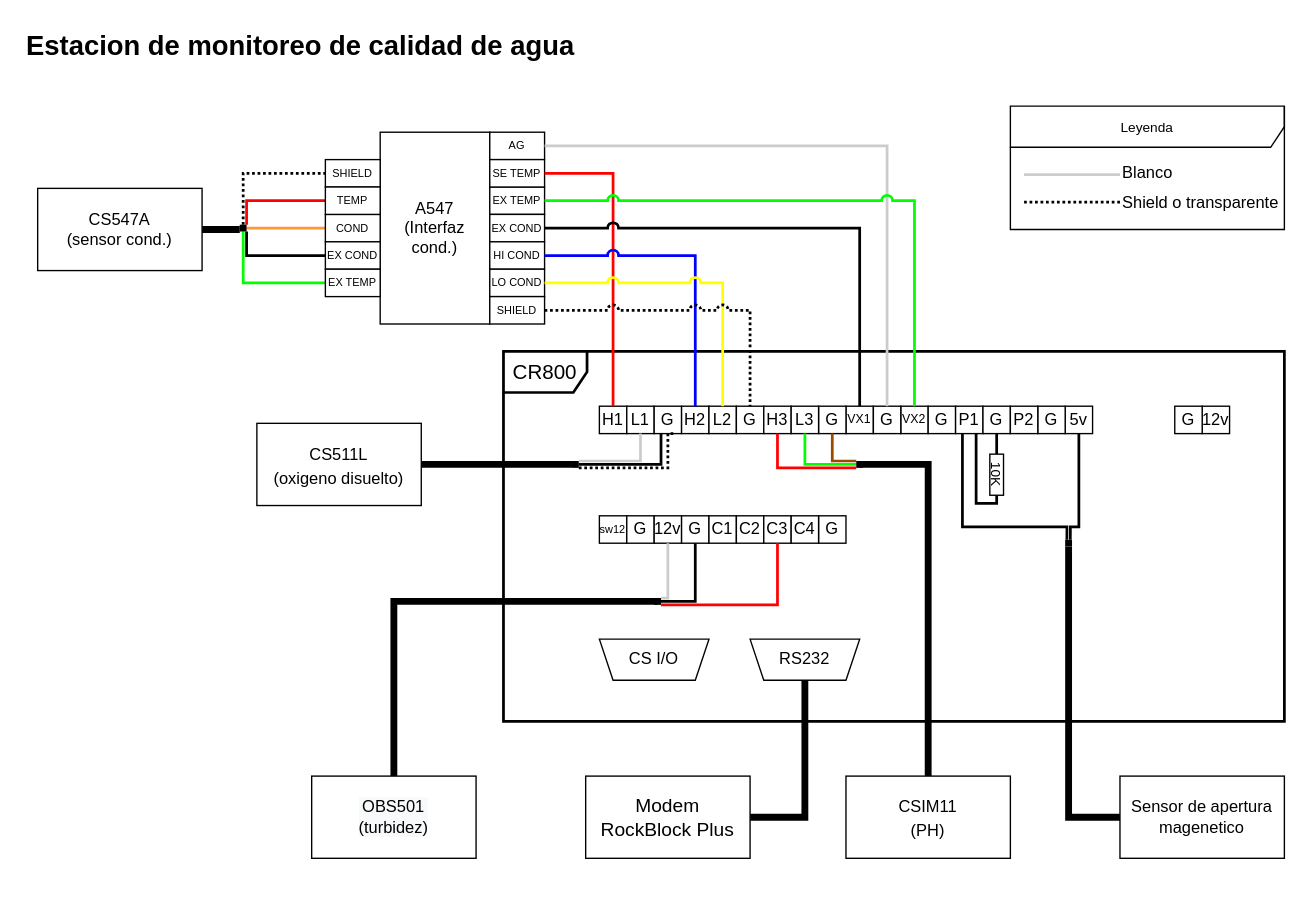
The draw.io diagram docs/Diagramas/Diagrama de conexiones.drawio in AgustinAllegui/Estacion-calidad-agua, before the edit. Source tidied: cells renumbered, new cells numbered last; positions are measured from the earlier drawing's top-left corner, leaving out a move shared by most shapes. Both pictures are drawn from the tidied source at 137%, with x=0, y=0 at pixel (23, 23).
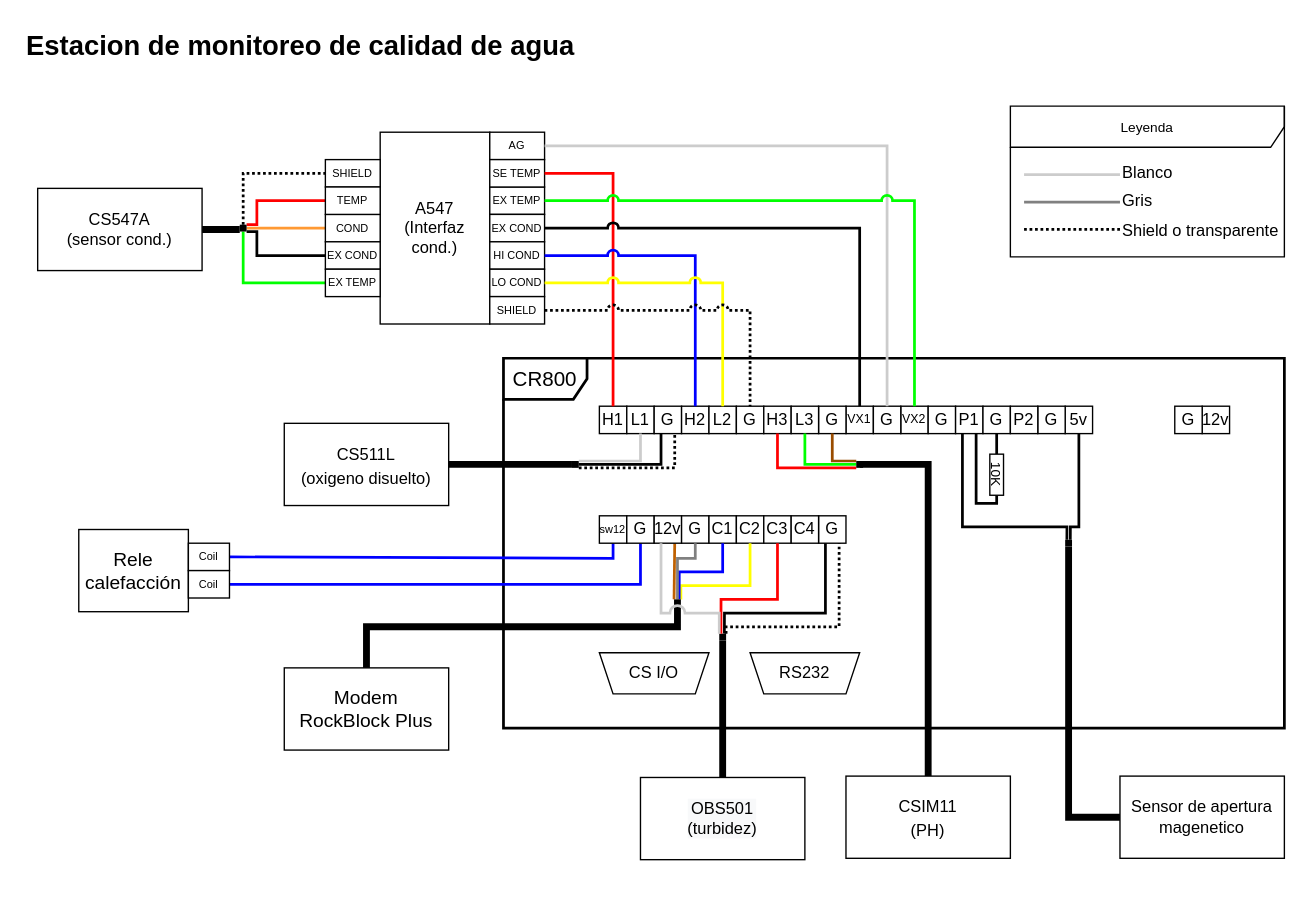
The same diagram, later.

The change refers to these unchanged cells:
```xml
<mxCell id="5" value="G" style="rounded=0;whiteSpace=wrap;html=1;" parent="1" vertex="1">
  <mxGeometry x="460" y="279" width="20" height="20" as="geometry" />
</mxCell>
<mxCell id="22" value="sw12" style="rounded=0;whiteSpace=wrap;html=1;fontSize=8;" parent="1" vertex="1">
  <mxGeometry x="420" y="359" width="20" height="20" as="geometry" />
</mxCell>
<mxCell id="23" value="G" style="rounded=0;whiteSpace=wrap;html=1;" parent="1" vertex="1">
  <mxGeometry x="440" y="359" width="20" height="20" as="geometry" />
</mxCell>
<mxCell id="24" value="12v" style="rounded=0;whiteSpace=wrap;html=1;" parent="1" vertex="1">
  <mxGeometry x="460" y="359" width="20" height="20" as="geometry" />
</mxCell>
<mxCell id="25" value="G" style="rounded=0;whiteSpace=wrap;html=1;" parent="1" vertex="1">
  <mxGeometry x="480" y="359" width="20" height="20" as="geometry" />
</mxCell>
<mxCell id="26" value="C1" style="rounded=0;whiteSpace=wrap;html=1;" parent="1" vertex="1">
  <mxGeometry x="500" y="359" width="20" height="20" as="geometry" />
</mxCell>
<mxCell id="27" value="C2" style="rounded=0;whiteSpace=wrap;html=1;" parent="1" vertex="1">
  <mxGeometry x="520" y="359" width="20" height="20" as="geometry" />
</mxCell>
<mxCell id="28" value="G" style="rounded=0;whiteSpace=wrap;html=1;" parent="1" vertex="1">
  <mxGeometry x="580" y="359" width="20" height="20" as="geometry" />
</mxCell>
<mxCell id="29" value="C3" style="rounded=0;whiteSpace=wrap;html=1;" parent="1" vertex="1">
  <mxGeometry x="540" y="359" width="20" height="20" as="geometry" />
</mxCell>
<mxCell id="38" style="rounded=0;whiteSpace=wrap;html=1;fontSize=14;fillColor=#000000;strokeColor=none;strokeWidth=1;rotation=0;" parent="1" vertex="1">
  <mxGeometry x="400" y="319" width="5" height="5" as="geometry" />
</mxCell>
<mxCell id="65" style="rounded=0;whiteSpace=wrap;html=1;fontSize=14;fillColor=#000000;strokeColor=none;strokeWidth=1;" parent="1" vertex="1">
  <mxGeometry x="157.5" y="146.5" width="5" height="5" as="geometry" />
</mxCell>
<mxCell id="81" value="EX COND" style="rounded=0;whiteSpace=wrap;html=1;fontSize=8;" parent="70" vertex="1">
  <mxGeometry y="80" width="40" height="20" as="geometry" />
</mxCell>
<mxCell id="82" value="TEMP" style="rounded=0;whiteSpace=wrap;html=1;fontSize=8;" parent="70" vertex="1">
  <mxGeometry y="40" width="40" height="20" as="geometry" />
</mxCell>
```

Change to the diagram source:
```diff
@@
     <mxCell id="2" value="CR800" style="shape=umlFrame;whiteSpace=wrap;html=1;fontSize=15;fillColor=none;width=61;height=30;strokeWidth=2;" parent="1" vertex="1">
-      <mxGeometry x="350" y="239" width="570" height="270" as="geometry" />
+      <mxGeometry x="350" y="244" width="570" height="270" as="geometry" />
     </mxCell>
@@
+    <mxCell id="98" style="edgeStyle=orthogonalEdgeStyle;rounded=0;jumpStyle=arc;jumpSize=10;jettySize=auto;html=1;exitX=0.5;exitY=1;exitDx=0;exitDy=0;endArrow=none;endFill=0;strokeColor=#0000FF;strokeWidth=2;entryX=1;entryY=0.5;entryDx=0;entryDy=0;" parent="1" edge="1" source="22" target="110">
+      <mxGeometry relative="1" as="geometry">
+        <Array as="points">
+          <mxPoint x="430" y="390" />
+          <mxPoint x="280" y="390" />
+        </Array>
+      </mxGeometry>
+    </mxCell>
@@
+    <mxCell id="99" style="edgeStyle=orthogonalEdgeStyle;rounded=0;jumpStyle=arc;jumpSize=10;jettySize=auto;html=1;exitX=0.5;exitY=1;exitDx=0;exitDy=0;entryX=1;entryY=0.5;entryDx=0;entryDy=0;endArrow=none;endFill=0;strokeColor=#0000FF;strokeWidth=2;" parent="1" edge="1" source="23" target="111">
+      <mxGeometry relative="1" as="geometry" />
+    </mxCell>
@@
+    <mxCell id="100" style="edgeStyle=orthogonalEdgeStyle;rounded=0;jumpStyle=arc;jettySize=auto;html=1;exitX=0.75;exitY=1;exitDx=0;exitDy=0;endArrow=none;endFill=0;strokeColor=#BF6000;strokeWidth=2;entryX=0;entryY=0;entryDx=0;entryDy=0;" parent="1" edge="1" source="24" target="106">
+      <mxGeometry relative="1" as="geometry">
+        <Array as="points">
+          <mxPoint x="475" y="412" />
+        </Array>
+      </mxGeometry>
+    </mxCell>
@@
     <mxCell id="31" value="CS I/O" style="shape=trapezoid;perimeter=trapezoidPerimeter;fixedSize=1;fontSize=12;rotation=0;size=10;horizontal=1;verticalAlign=middle;whiteSpace=wrap;html=1;flipV=1;" parent="1" vertex="1">
-      <mxGeometry x="420" y="449" width="80" height="30" as="geometry" />
+      <mxGeometry x="420" y="459" width="80" height="30" as="geometry" />
     </mxCell>
     <mxCell id="32" value="RS232" style="shape=trapezoid;perimeter=trapezoidPerimeter;fixedSize=1;fontSize=12;rotation=0;size=10;horizontal=1;verticalAlign=middle;whiteSpace=wrap;html=1;flipV=1;" parent="1" vertex="1">
-      <mxGeometry x="530" y="449" width="80" height="30" as="geometry" />
+      <mxGeometry x="530" y="459" width="80" height="30" as="geometry" />
     </mxCell>
@@
     <mxCell id="37" style="edgeStyle=orthogonalEdgeStyle;rounded=0;sketch=0;jettySize=auto;html=1;entryX=0.75;entryY=1;entryDx=0;entryDy=0;shadow=0;fontSize=14;endArrow=none;endFill=0;strokeColor=#000000;strokeWidth=2;dashed=1;dashPattern=1 1;exitX=1;exitY=1;exitDx=0;exitDy=0;" parent="1" edge="1" source="38" target="5">
       <mxGeometry relative="1" as="geometry">
         <Array as="points">
-          <mxPoint x="470" y="324" />
-          <mxPoint x="470" y="299" />
+          <mxPoint x="475" y="324" />
         </Array>
       </mxGeometry>
     </mxCell>
@@
     <mxCell id="40" value="&lt;span style=&quot;font-size: 12px&quot;&gt;CS511L&lt;br&gt;(oxigeno disuelto)&lt;/span&gt;" style="rounded=0;whiteSpace=wrap;html=1;fontSize=14;strokeColor=default;fillColor=#FFFFFF;" parent="1" vertex="1">
-      <mxGeometry x="170" y="291.5" width="120" height="60" as="geometry" />
+      <mxGeometry x="190" y="291.5" width="120" height="60" as="geometry" />
     </mxCell>
-    <mxCell id="41" style="edgeStyle=orthogonalEdgeStyle;rounded=0;jettySize=auto;html=1;entryX=0.5;entryY=0.5;entryDx=0;entryDy=0;fontSize=14;endArrow=none;endFill=0;strokeWidth=5;entryPerimeter=0;" parent="1" edge="1" source="42" target="46">
+    <mxCell id="41" style="edgeStyle=orthogonalEdgeStyle;rounded=0;jettySize=auto;html=1;fontSize=14;endArrow=none;endFill=0;strokeWidth=5;entryX=0.5;entryY=1;entryDx=0;entryDy=0;" parent="1" edge="1" source="42" target="46">
       <mxGeometry relative="1" as="geometry">
         <Array as="points">
-          <mxPoint x="270" y="422" />
+          <mxPoint x="510" y="610" />
+          <mxPoint x="510" y="610" />
         </Array>
       </mxGeometry>
     </mxCell>
     <mxCell id="42" value="&#10;&#10;&lt;div style=&quot;color: rgb(0, 0, 0); font-family: helvetica; font-size: 12px; font-style: normal; font-weight: 400; letter-spacing: normal; text-align: center; text-indent: 0px; text-transform: none; word-spacing: 0px; background-color: rgb(248, 249, 250);&quot;&gt;OBS501&lt;/div&gt;&lt;div style=&quot;color: rgb(0, 0, 0); font-family: helvetica; font-size: 12px; font-style: normal; font-weight: 400; letter-spacing: normal; text-align: center; text-indent: 0px; text-transform: none; word-spacing: 0px; background-color: rgb(248, 249, 250);&quot;&gt;(turbidez)&lt;/div&gt;&#10;&#10;" style="rounded=0;whiteSpace=wrap;html=1;fontSize=14;strokeColor=default;strokeWidth=1;fillColor=#FFFFFF;" parent="1" vertex="1">
-      <mxGeometry x="210" y="549" width="120" height="60" as="geometry" />
+      <mxGeometry x="450" y="550" width="120" height="60" as="geometry" />
     </mxCell>
-    <mxCell id="43" style="edgeStyle=orthogonalEdgeStyle;rounded=0;sketch=0;jettySize=auto;html=1;exitX=1;exitY=1;exitDx=0;exitDy=0;entryX=0.5;entryY=1;entryDx=0;entryDy=0;shadow=0;fontSize=14;endArrow=none;endFill=0;strokeColor=#FF0000;strokeWidth=2;" parent="1" edge="1" source="46" target="29">
-      <mxGeometry relative="1" as="geometry">
-        <Array as="points">
-          <mxPoint x="550" y="424" />
-        </Array>
-      </mxGeometry>
-    </mxCell>
-    <mxCell id="44" style="edgeStyle=orthogonalEdgeStyle;rounded=0;sketch=0;jettySize=auto;html=1;exitX=1;exitY=0.5;exitDx=0;exitDy=0;entryX=0.5;entryY=1;entryDx=0;entryDy=0;shadow=0;fontSize=14;endArrow=none;endFill=0;strokeColor=#000000;strokeWidth=2;" parent="1" edge="1" source="46" target="25">
-      <mxGeometry relative="1" as="geometry" />
-    </mxCell>
-    <mxCell id="45" style="edgeStyle=orthogonalEdgeStyle;rounded=0;sketch=0;jettySize=auto;html=1;exitX=1;exitY=0;exitDx=0;exitDy=0;entryX=0.5;entryY=1;entryDx=0;entryDy=0;shadow=0;fontSize=14;endArrow=none;endFill=0;strokeColor=#CCCCCC;strokeWidth=2;" parent="1" edge="1" source="46" target="24">
-      <mxGeometry relative="1" as="geometry">
-        <Array as="points">
-          <mxPoint x="470" y="419" />
-        </Array>
-      </mxGeometry>
-    </mxCell>
     <mxCell id="46" style="rounded=0;whiteSpace=wrap;html=1;fontSize=14;fillColor=#000000;strokeColor=none;strokeWidth=0;" parent="1" vertex="1">
-      <mxGeometry x="460" y="419" width="5" height="5" as="geometry" />
+      <mxGeometry x="507.5" y="445" width="5" height="5" as="geometry" />
     </mxCell>
@@
-    <mxCell id="56" style="edgeStyle=orthogonalEdgeStyle;rounded=0;jettySize=auto;html=1;fontSize=14;endArrow=none;endFill=0;strokeWidth=5;entryX=0.5;entryY=1;entryDx=0;entryDy=0;" parent="1" edge="1" source="57" target="32">
+    <mxCell id="56" style="edgeStyle=orthogonalEdgeStyle;rounded=0;jettySize=auto;html=1;fontSize=14;endArrow=none;endFill=0;strokeWidth=5;entryX=0.5;entryY=1;entryDx=0;entryDy=0;jumpStyle=arc;" parent="1" edge="1" source="57" target="106">
       <mxGeometry relative="1" as="geometry">
         <Array as="points">
-          <mxPoint x="570" y="579" />
+          <mxPoint x="250" y="440" />
+          <mxPoint x="477" y="440" />
         </Array>
       </mxGeometry>
     </mxCell>
     <mxCell id="57" value="Modem&lt;br style=&quot;font-size: 14px;&quot;&gt;RockBlock Plus" style="rounded=0;whiteSpace=wrap;html=1;fontSize=14;" parent="1" vertex="1">
-      <mxGeometry x="410" y="549" width="120" height="60" as="geometry" />
+      <mxGeometry x="190" y="470" width="120" height="60" as="geometry" />
     </mxCell>
@@
     <mxCell id="61" style="edgeStyle=orthogonalEdgeStyle;rounded=0;sketch=0;jettySize=auto;html=1;exitX=1;exitY=1;exitDx=0;exitDy=0;entryX=0;entryY=0.5;entryDx=0;entryDy=0;shadow=0;fontSize=14;endArrow=none;endFill=0;strokeColor=#000000;strokeWidth=2;" parent="1" edge="1" source="65" target="81">
       <mxGeometry relative="1" as="geometry">
         <Array as="points">
-          <mxPoint x="163" y="169" />
+          <mxPoint x="170" y="152" />
+          <mxPoint x="170" y="169" />
         </Array>
       </mxGeometry>
     </mxCell>
@@
     <mxCell id="63" style="edgeStyle=orthogonalEdgeStyle;rounded=0;sketch=0;jettySize=auto;html=1;exitX=1;exitY=0;exitDx=0;exitDy=0;entryX=0;entryY=0.5;entryDx=0;entryDy=0;shadow=0;fontSize=14;endArrow=none;endFill=0;strokeColor=#FF0000;strokeWidth=2;" parent="1" edge="1" source="65" target="82">
       <mxGeometry relative="1" as="geometry">
         <Array as="points">
-          <mxPoint x="163" y="129" />
+          <mxPoint x="170" y="147" />
+          <mxPoint x="170" y="129" />
         </Array>
       </mxGeometry>
     </mxCell>
@@
     <mxCell id="91" style="group;" parent="1" vertex="1">
-      <mxGeometry x="720" y="60" width="200" height="90" as="geometry" />
+      <mxGeometry x="720" y="60" width="200" height="110" as="geometry" />
     </mxCell>
     <mxCell id="92" value="Leyenda" style="shape=umlFrame;whiteSpace=wrap;html=1;fontSize=10;fillColor=none;strokeColor=default;strokeWidth=1;width=300;height=30;" parent="91" vertex="1">
-      <mxGeometry width="200" height="90" as="geometry" />
+      <mxGeometry width="200" height="110" as="geometry" />
     </mxCell>
@@
     <mxCell id="95" style="edgeStyle=orthogonalEdgeStyle;rounded=0;sketch=0;orthogonalLoop=1;jettySize=auto;html=1;shadow=0;fontSize=14;endArrow=none;endFill=0;strokeColor=#000000;strokeWidth=2;dashed=1;dashPattern=1 1;" parent="91" edge="1">
       <mxGeometry relative="1" as="geometry">
-        <mxPoint x="10" y="70" as="sourcePoint" />
-        <mxPoint x="80" y="70" as="targetPoint" />
+        <mxPoint x="10" y="90" as="sourcePoint" />
+        <mxPoint x="80" y="90" as="targetPoint" />
         <Array as="points">
-          <mxPoint x="55" y="70" />
-          <mxPoint x="55" y="70" />
+          <mxPoint x="55" y="90" />
+          <mxPoint x="55" y="90" />
         </Array>
       </mxGeometry>
     </mxCell>
@@
+    <mxCell id="101" style="edgeStyle=orthogonalEdgeStyle;rounded=0;orthogonalLoop=1;jettySize=auto;html=1;fontSize=14;endArrow=none;endFill=0;strokeWidth=2;strokeColor=#808080;shadow=0;sketch=0;entryX=1;entryY=0;entryDx=0;entryDy=0;" parent="1" edge="1">
+      <mxGeometry relative="1" as="geometry">
+        <mxPoint x="800" y="130" as="sourcePoint" />
+        <mxPoint x="730" y="130" as="targetPoint" />
+        <Array as="points">
+          <mxPoint x="775" y="130" />
+        </Array>
+      </mxGeometry>
+    </mxCell>
+    <mxCell id="102" value="Gris" style="edgeLabel;html=1;align=left;verticalAlign=middle;fontSize=12;labelPosition=right;verticalLabelPosition=middle;" parent="101" vertex="1">
+      <mxGeometry x="-0.32" y="-2" relative="1" as="geometry">
+        <mxPoint x="24" as="offset" />
+      </mxGeometry>
+    </mxCell>
+    <mxCell id="103" style="edgeStyle=orthogonalEdgeStyle;rounded=0;jettySize=auto;html=1;entryX=0.5;entryY=1;entryDx=0;entryDy=0;strokeColor=#FFFF00;strokeWidth=2;endArrow=none;endFill=0;jumpStyle=arc;exitX=1;exitY=0;exitDx=0;exitDy=0;" parent="1" edge="1" source="106" target="27">
+      <mxGeometry relative="1" as="geometry">
+        <Array as="points">
+          <mxPoint x="480" y="410" />
+          <mxPoint x="530" y="410" />
+        </Array>
+      </mxGeometry>
+    </mxCell>
+    <mxCell id="104" style="edgeStyle=orthogonalEdgeStyle;rounded=0;jumpStyle=arc;jettySize=auto;html=1;entryX=0.5;entryY=1;entryDx=0;entryDy=0;endArrow=none;endFill=0;strokeColor=#0000FF;strokeWidth=2;exitX=0.75;exitY=0;exitDx=0;exitDy=0;" parent="1" edge="1" source="106" target="26">
+      <mxGeometry relative="1" as="geometry">
+        <Array as="points">
+          <mxPoint x="478" y="400" />
+          <mxPoint x="510" y="400" />
+        </Array>
+      </mxGeometry>
+    </mxCell>
+    <mxCell id="105" style="edgeStyle=orthogonalEdgeStyle;rounded=0;jumpStyle=arc;jettySize=auto;html=1;entryX=0.5;entryY=1;entryDx=0;entryDy=0;endArrow=none;endFill=0;strokeColor=#808080;strokeWidth=2;exitX=0.5;exitY=0;exitDx=0;exitDy=0;" parent="1" edge="1" source="106" target="25">
+      <mxGeometry relative="1" as="geometry">
+        <Array as="points">
+          <mxPoint x="477" y="390" />
+          <mxPoint x="490" y="390" />
+        </Array>
+      </mxGeometry>
+    </mxCell>
+    <mxCell id="106" style="rounded=0;whiteSpace=wrap;html=1;fontSize=14;fillColor=#000000;strokeColor=none;strokeWidth=0;" parent="1" vertex="1">
+      <mxGeometry x="474.5" y="420" width="5" height="5" as="geometry" />
+    </mxCell>
+    <mxCell id="43" style="edgeStyle=orthogonalEdgeStyle;rounded=0;sketch=0;jettySize=auto;html=1;entryX=0.5;entryY=1;entryDx=0;entryDy=0;shadow=0;fontSize=14;endArrow=none;endFill=0;strokeColor=#FF0000;strokeWidth=2;jumpStyle=arc;jumpSize=10;exitX=0.25;exitY=0;exitDx=0;exitDy=0;" parent="1" edge="1" source="46" target="29">
+      <mxGeometry relative="1" as="geometry">
+        <Array as="points">
+          <mxPoint x="509" y="420" />
+          <mxPoint x="550" y="420" />
+        </Array>
+      </mxGeometry>
+    </mxCell>
+    <mxCell id="107" style="edgeStyle=orthogonalEdgeStyle;rounded=0;jumpStyle=arc;jumpSize=10;jettySize=auto;html=1;entryX=0.25;entryY=1;entryDx=0;entryDy=0;endArrow=none;endFill=0;strokeColor=#000000;strokeWidth=2;exitX=0.75;exitY=0;exitDx=0;exitDy=0;" parent="1" edge="1" source="46" target="28">
+      <mxGeometry relative="1" as="geometry">
+        <Array as="points">
+          <mxPoint x="511" y="430" />
+          <mxPoint x="585" y="430" />
+        </Array>
+      </mxGeometry>
+    </mxCell>
+    <mxCell id="108" style="group;" parent="1" vertex="1">
+      <mxGeometry x="40" y="369" width="110" height="60" as="geometry" />
+    </mxCell>
+    <mxCell id="109" value="Rele calefacción" style="rounded=0;whiteSpace=wrap;html=1;fontSize=14;strokeColor=default;strokeWidth=1;fillColor=#FFFFFF;" parent="108" vertex="1">
+      <mxGeometry width="80" height="60" as="geometry" />
+    </mxCell>
+    <mxCell id="110" value="Coil" style="rounded=0;whiteSpace=wrap;html=1;fontSize=8;" parent="108" vertex="1">
+      <mxGeometry x="80" y="10" width="30" height="20" as="geometry" />
+    </mxCell>
+    <mxCell id="111" value="Coil" style="rounded=0;whiteSpace=wrap;html=1;fontSize=8;" parent="108" vertex="1">
+      <mxGeometry x="80" y="30" width="30" height="20" as="geometry" />
+    </mxCell>
+    <mxCell id="112" style="edgeStyle=orthogonalEdgeStyle;rounded=0;jumpStyle=arc;jumpSize=10;jettySize=auto;html=1;entryX=0.75;entryY=1;entryDx=0;entryDy=0;endArrow=none;endFill=0;strokeColor=#000000;strokeWidth=2;dashed=1;dashPattern=1 1;exitX=1;exitY=0;exitDx=0;exitDy=0;" parent="1" edge="1" source="46" target="28">
+      <mxGeometry relative="1" as="geometry">
+        <Array as="points">
+          <mxPoint x="513" y="440" />
+          <mxPoint x="595" y="440" />
+        </Array>
+      </mxGeometry>
+    </mxCell>
+    <mxCell id="45" style="edgeStyle=orthogonalEdgeStyle;rounded=0;sketch=0;jettySize=auto;html=1;entryX=0.25;entryY=1;entryDx=0;entryDy=0;shadow=0;fontSize=14;endArrow=none;endFill=0;strokeColor=#CCCCCC;strokeWidth=2;jumpStyle=arc;jumpSize=9;exitX=0;exitY=0;exitDx=0;exitDy=0;" parent="1" edge="1" source="46" target="24">
+      <mxGeometry relative="1" as="geometry">
+        <Array as="points">
+          <mxPoint x="465" y="430" />
+        </Array>
+      </mxGeometry>
+    </mxCell>
```
